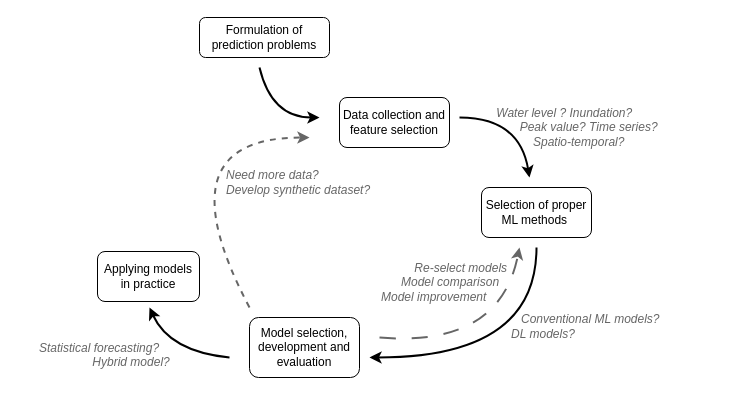
Before: workflow.drawio in Xylitolor/Xylitolee, a draw.io diagram. Source tidied: cells renumbered, new cells numbered last; positions are measured from the earlier drawing's top-left corner, leaving out a move shared by most shapes. Both pictures are drawn from the tidied source at 100%, with x=0, y=0 at pixel (17, 17).
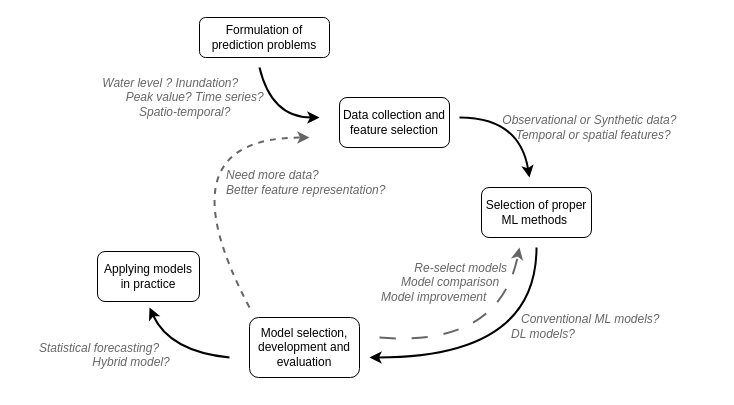
The same page after the edit.

Diff of the diagram source:
```diff
@@
     <mxCell id="10" value="&amp;nbsp; &amp;nbsp; Water level ? Inundation?&lt;br&gt;&amp;nbsp; &amp;nbsp; &amp;nbsp; &amp;nbsp; &amp;nbsp; &amp;nbsp;Peak value? Time series? &lt;br&gt;&amp;nbsp; &amp;nbsp; &amp;nbsp; &amp;nbsp; &amp;nbsp; &amp;nbsp; &amp;nbsp; &amp;nbsp;Spatio-temporal?" style="text;html=1;strokeColor=none;fillColor=none;align=left;verticalAlign=middle;whiteSpace=wrap;rounded=0;fontFamily=Helvetica;fontStyle=2;fontColor=#666666;" parent="1" vertex="1">
-      <mxGeometry x="464" y="90" width="230" height="40" as="geometry" />
+      <mxGeometry x="70" y="60" width="230" height="40" as="geometry" />
     </mxCell>
@@
-    <mxCell id="12" value="&lt;font face=&quot;Helvetica&quot;&gt;Need more data?&amp;nbsp;&lt;br&gt;Develop synthetic dataset?&lt;br&gt;&lt;/font&gt;" style="text;html=1;strokeColor=none;fillColor=none;align=left;verticalAlign=middle;whiteSpace=wrap;rounded=0;fontFamily=Times New Roman;fontStyle=2;fontColor=#666666;" parent="1" vertex="1">
-      <mxGeometry x="207" y="140" width="160" height="50" as="geometry" />
+    <mxCell id="12" value="&lt;font face=&quot;Helvetica&quot;&gt;Need more data?&amp;nbsp;&lt;br&gt;Better feature representation?&lt;br&gt;&lt;/font&gt;" style="text;html=1;strokeColor=none;fillColor=none;align=left;verticalAlign=middle;whiteSpace=wrap;rounded=0;fontFamily=Times New Roman;fontStyle=2;fontColor=#666666;" parent="1" vertex="1">
+      <mxGeometry x="207" y="140" width="173" height="50" as="geometry" />
     </mxCell>
@@
+    <mxCell id="18" value="&amp;nbsp; &amp;nbsp; Observational or Synthetic data?&lt;br&gt;&lt;span style=&quot;white-space: pre;&quot;&gt;&#9;&lt;/span&gt;Temporal or spatial features?" style="text;html=1;strokeColor=none;fillColor=none;align=left;verticalAlign=middle;whiteSpace=wrap;rounded=0;fontFamily=Helvetica;fontStyle=2;fontColor=#666666;" parent="1" vertex="1">
+      <mxGeometry x="470" y="90" width="230" height="40" as="geometry" />
+    </mxCell>
```
